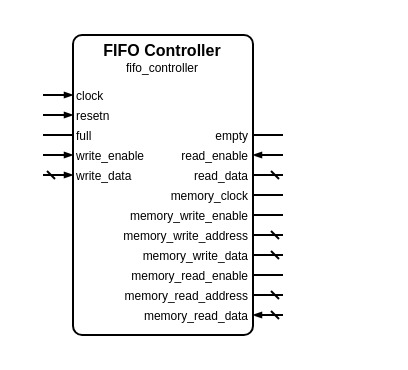
Before: sources/data/controllers/fifo/fifo_controller.symbol.drawio in Louis-DR/OmniCores-BuildingBlocks, a draw.io diagram. Source tidied: cells renumbered, new cells numbered last; positions are measured from the earlier drawing's top-left corner, leaving out a move shared by most shapes. Both pictures are drawn from the tidied source at 200%, with x=0, y=0 at pixel (42, 34).
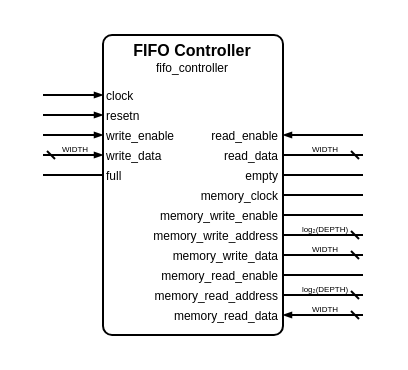
After the change.

Change to the diagram source:
```diff
@@
     <mxCell id="2" style="group;" parent="1" vertex="1">
-      <mxGeometry width="120" height="150" as="geometry" />
+      <mxGeometry width="160" height="150" as="geometry" />
     </mxCell>
     <mxCell id="3" style="rounded=1;arcSize=5;fillColor=none;strokeWidth=1;strokeColor=black;whiteSpace=wrap;html=1;" parent="2" vertex="1">
-      <mxGeometry x="15" width="90" height="150" as="geometry" />
+      <mxGeometry x="30" width="90" height="150" as="geometry" />
     </mxCell>
     <mxCell id="4" value="FIFO Controller" style="text;html=1;align=center;verticalAlign=middle;whiteSpace=wrap;rounded=0;fontSize=8;fontStyle=1;fontColor=black;" parent="2" vertex="1">
-      <mxGeometry x="15" y="7" width="90" as="geometry" />
+      <mxGeometry x="30" y="7" width="90" as="geometry" />
     </mxCell>
     <mxCell id="5" value="fifo_controller" style="text;html=1;align=center;verticalAlign=middle;whiteSpace=wrap;rounded=0;fontSize=6;fontStyle=0;fontColor=black;" parent="2" vertex="1">
-      <mxGeometry x="15" y="16" width="90" as="geometry" />
+      <mxGeometry x="30" y="16" width="90" as="geometry" />
     </mxCell>
     <mxCell id="6" value="clock" style="text;html=1;align=left;verticalAlign=middle;whiteSpace=wrap;rounded=0;fontSize=6;fontStyle=0;fontColor=black;" parent="2" vertex="1">
-      <mxGeometry x="15" y="30" width="90" as="geometry" />
+      <mxGeometry x="30" y="30" width="90" as="geometry" />
     </mxCell>
     <mxCell id="7" style="html=1;rounded=1;strokeWidth=1;strokeColor=black;startFill=0;startSize=2;startArrow=none;endFill=1;endSize=2;endArrow=blockThin;sourcePerimeterSpacing=0;" parent="2" edge="1">
       <mxGeometry relative="1" as="geometry">
         <mxPoint y="30" as="sourcePoint" />
-        <mxPoint x="15" y="30" as="targetPoint" />
+        <mxPoint x="30" y="30" as="targetPoint" />
       </mxGeometry>
     </mxCell>
     <mxCell id="8" value="resetn" style="text;html=1;align=left;verticalAlign=middle;whiteSpace=wrap;rounded=0;fontSize=6;fontStyle=0;fontColor=black;" parent="2" vertex="1">
-      <mxGeometry x="15" y="40" width="90" as="geometry" />
+      <mxGeometry x="30" y="40" width="90" as="geometry" />
     </mxCell>
     <mxCell id="9" style="html=1;rounded=1;strokeWidth=1;strokeColor=black;startFill=0;startSize=2;startArrow=none;endFill=1;endSize=2;endArrow=blockThin;sourcePerimeterSpacing=0;" parent="2" edge="1">
       <mxGeometry relative="1" as="geometry">
         <mxPoint y="40" as="sourcePoint" />
-        <mxPoint x="15" y="40" as="targetPoint" />
+        <mxPoint x="30" y="40" as="targetPoint" />
       </mxGeometry>
     </mxCell>
-    <mxCell id="10" value="full" style="text;html=1;align=left;verticalAlign=middle;whiteSpace=wrap;rounded=0;fontSize=6;fontStyle=0;fontColor=black;" parent="2" vertex="1">
-      <mxGeometry x="15" y="50" width="90" as="geometry" />
-    </mxCell>
-    <mxCell id="11" style="html=1;rounded=1;strokeWidth=1;strokeColor=black;startFill=0;startSize=2;startArrow=none;endFill=1;endSize=2;endArrow=none;sourcePerimeterSpacing=0;" parent="2" edge="1">
-      <mxGeometry relative="1" as="geometry">
-        <mxPoint y="50" as="sourcePoint" />
-        <mxPoint x="15" y="50" as="targetPoint" />
-      </mxGeometry>
-    </mxCell>
-    <mxCell id="12" value="empty" style="text;html=1;align=right;verticalAlign=middle;whiteSpace=wrap;rounded=0;fontSize=6;fontStyle=0;fontColor=black;" parent="2" vertex="1">
-      <mxGeometry x="15" y="50" width="90" as="geometry" />
-    </mxCell>
-    <mxCell id="13" style="html=1;rounded=1;strokeWidth=1;strokeColor=black;startFill=0;startSize=2;startArrow=none;endFill=1;endSize=2;endArrow=none;sourcePerimeterSpacing=0;" parent="2" edge="1">
-      <mxGeometry relative="1" as="geometry">
-        <mxPoint x="120" y="50" as="sourcePoint" />
-        <mxPoint x="105" y="50" as="targetPoint" />
-      </mxGeometry>
-    </mxCell>
     <mxCell id="14" value="write_enable" style="text;html=1;align=left;verticalAlign=middle;whiteSpace=wrap;rounded=0;fontSize=6;fontStyle=0;fontColor=black;" parent="2" vertex="1">
-      <mxGeometry x="15" y="60" width="90" as="geometry" />
+      <mxGeometry x="30" y="50" width="90" as="geometry" />
     </mxCell>
     <mxCell id="15" style="html=1;rounded=1;strokeWidth=1;strokeColor=black;startFill=0;startSize=2;startArrow=none;endFill=1;endSize=2;endArrow=blockThin;sourcePerimeterSpacing=0;" parent="2" edge="1">
       <mxGeometry relative="1" as="geometry">
-        <mxPoint y="60" as="sourcePoint" />
-        <mxPoint x="15" y="60" as="targetPoint" />
+        <mxPoint y="50" as="sourcePoint" />
+        <mxPoint x="30" y="50" as="targetPoint" />
       </mxGeometry>
     </mxCell>
     <mxCell id="16" value="read_enable" style="text;html=1;align=right;verticalAlign=middle;whiteSpace=wrap;rounded=0;fontSize=6;fontStyle=0;fontColor=black;" parent="2" vertex="1">
-      <mxGeometry x="15" y="60" width="90" as="geometry" />
+      <mxGeometry x="30" y="50" width="90" as="geometry" />
     </mxCell>
     <mxCell id="17" style="html=1;rounded=1;strokeWidth=1;strokeColor=black;startFill=0;startSize=2;startArrow=none;endFill=1;endSize=2;endArrow=blockThin;sourcePerimeterSpacing=0;" parent="2" edge="1">
       <mxGeometry relative="1" as="geometry">
-        <mxPoint x="120" y="60" as="sourcePoint" />
-        <mxPoint x="105" y="60" as="targetPoint" />
+        <mxPoint x="160" y="50" as="sourcePoint" />
+        <mxPoint x="120" y="50" as="targetPoint" />
       </mxGeometry>
     </mxCell>
     <mxCell id="18" value="write_data" style="text;html=1;align=left;verticalAlign=middle;whiteSpace=wrap;rounded=0;fontSize=6;fontStyle=0;fontColor=black;" parent="2" vertex="1">
-      <mxGeometry x="15" y="70" width="90" as="geometry" />
+      <mxGeometry x="30" y="60" width="90" as="geometry" />
     </mxCell>
     <mxCell id="19" style="html=1;rounded=1;strokeWidth=1;strokeColor=black;startFill=0;startSize=2;startArrow=dash;endFill=1;endSize=2;endArrow=blockThin;sourcePerimeterSpacing=0;" parent="2" edge="1">
       <mxGeometry relative="1" as="geometry">
-        <mxPoint y="70" as="sourcePoint" />
-        <mxPoint x="15" y="70" as="targetPoint" />
+        <mxPoint y="60" as="sourcePoint" />
+        <mxPoint x="30" y="60" as="targetPoint" />
       </mxGeometry>
     </mxCell>
+    <mxCell id="36" value="WIDTH" style="text;html=1;align=center;verticalAlign=middle;whiteSpace=nowrap;rounded=0;fontSize=4;fontStyle=0;fontColor=black;" parent="2" vertex="1">
+      <mxGeometry x="15" y="57" as="geometry" />
+    </mxCell>
     <mxCell id="20" value="read_data" style="text;html=1;align=right;verticalAlign=middle;whiteSpace=wrap;rounded=0;fontSize=6;fontStyle=0;fontColor=black;" parent="2" vertex="1">
-      <mxGeometry x="15" y="70" width="90" as="geometry" />
+      <mxGeometry x="30" y="60" width="90" as="geometry" />
     </mxCell>
     <mxCell id="21" style="html=1;rounded=1;strokeWidth=1;strokeColor=black;startFill=0;startSize=2;startArrow=dash;endFill=1;endSize=2;endArrow=none;sourcePerimeterSpacing=0;" parent="2" edge="1">
       <mxGeometry relative="1" as="geometry">
-        <mxPoint x="120" y="70" as="sourcePoint" />
-        <mxPoint x="105" y="70" as="targetPoint" />
+        <mxPoint x="160" y="60" as="sourcePoint" />
+        <mxPoint x="120" y="60" as="targetPoint" />
       </mxGeometry>
     </mxCell>
+    <mxCell id="37" value="WIDTH" style="text;html=1;align=center;verticalAlign=middle;whiteSpace=nowrap;rounded=0;fontSize=4;fontStyle=0;fontColor=black;" parent="2" vertex="1">
+      <mxGeometry x="140" y="57" as="geometry" />
+    </mxCell>
+    <mxCell id="10" value="full" style="text;html=1;align=left;verticalAlign=middle;whiteSpace=wrap;rounded=0;fontSize=6;fontStyle=0;fontColor=black;" parent="2" vertex="1">
+      <mxGeometry x="30" y="70" width="90" as="geometry" />
+    </mxCell>
+    <mxCell id="11" style="html=1;rounded=1;strokeWidth=1;strokeColor=black;startFill=0;startSize=2;startArrow=none;endFill=1;endSize=2;endArrow=none;sourcePerimeterSpacing=0;" parent="2" edge="1">
+      <mxGeometry relative="1" as="geometry">
+        <mxPoint y="70" as="sourcePoint" />
+        <mxPoint x="30" y="70" as="targetPoint" />
+      </mxGeometry>
+    </mxCell>
+    <mxCell id="12" value="empty" style="text;html=1;align=right;verticalAlign=middle;whiteSpace=wrap;rounded=0;fontSize=6;fontStyle=0;fontColor=black;" parent="2" vertex="1">
+      <mxGeometry x="30" y="70" width="90" as="geometry" />
+    </mxCell>
+    <mxCell id="13" style="html=1;rounded=1;strokeWidth=1;strokeColor=black;startFill=0;startSize=2;startArrow=none;endFill=1;endSize=2;endArrow=none;sourcePerimeterSpacing=0;" parent="2" edge="1">
+      <mxGeometry relative="1" as="geometry">
+        <mxPoint x="160" y="70" as="sourcePoint" />
+        <mxPoint x="120" y="70" as="targetPoint" />
+      </mxGeometry>
+    </mxCell>
     <mxCell id="22" value="memory_clock" style="text;html=1;align=right;verticalAlign=middle;whiteSpace=wrap;rounded=0;fontSize=6;fontStyle=0;fontColor=black;" parent="2" vertex="1">
-      <mxGeometry x="15" y="80" width="90" as="geometry" />
+      <mxGeometry x="30" y="80" width="90" as="geometry" />
     </mxCell>
     <mxCell id="23" style="html=1;rounded=1;strokeWidth=1;strokeColor=black;startFill=0;startSize=2;startArrow=none;endFill=1;endSize=2;endArrow=none;sourcePerimeterSpacing=0;" parent="2" edge="1">
       <mxGeometry relative="1" as="geometry">
-        <mxPoint x="120" y="80" as="sourcePoint" />
-        <mxPoint x="105" y="80" as="targetPoint" />
+        <mxPoint x="160" y="80" as="sourcePoint" />
+        <mxPoint x="120" y="80" as="targetPoint" />
       </mxGeometry>
     </mxCell>
     <mxCell id="24" value="memory_write_enable" style="text;html=1;align=right;verticalAlign=middle;whiteSpace=wrap;rounded=0;fontSize=6;fontStyle=0;fontColor=black;" parent="2" vertex="1">
-      <mxGeometry x="15" y="90" width="90" as="geometry" />
+      <mxGeometry x="30" y="90" width="90" as="geometry" />
     </mxCell>
     <mxCell id="25" style="html=1;rounded=1;strokeWidth=1;strokeColor=black;startFill=0;startSize=2;startArrow=none;endFill=1;endSize=2;endArrow=none;sourcePerimeterSpacing=0;" parent="2" edge="1">
       <mxGeometry relative="1" as="geometry">
-        <mxPoint x="120" y="90" as="sourcePoint" />
-        <mxPoint x="105" y="90" as="targetPoint" />
+        <mxPoint x="160" y="90" as="sourcePoint" />
+        <mxPoint x="120" y="90" as="targetPoint" />
       </mxGeometry>
     </mxCell>
     <mxCell id="26" value="memory_write_address" style="text;html=1;align=right;verticalAlign=middle;whiteSpace=wrap;rounded=0;fontSize=6;fontStyle=0;fontColor=black;" parent="2" vertex="1">
-      <mxGeometry x="15" y="100" width="90" as="geometry" />
+      <mxGeometry x="30" y="100" width="90" as="geometry" />
     </mxCell>
     <mxCell id="27" style="html=1;rounded=1;strokeWidth=1;strokeColor=black;startFill=0;startSize=2;startArrow=dash;endFill=1;endSize=2;endArrow=none;sourcePerimeterSpacing=0;" parent="2" edge="1">
       <mxGeometry relative="1" as="geometry">
-        <mxPoint x="120" y="100" as="sourcePoint" />
-        <mxPoint x="105" y="100" as="targetPoint" />
+        <mxPoint x="160" y="100" as="sourcePoint" />
+        <mxPoint x="120" y="100" as="targetPoint" />
       </mxGeometry>
     </mxCell>
+    <mxCell id="38" value="log₂(DEPTH)" style="text;html=1;align=center;verticalAlign=middle;whiteSpace=nowrap;rounded=0;fontSize=4;fontStyle=0;fontColor=black;" parent="2" vertex="1">
+      <mxGeometry x="140" y="97" as="geometry" />
+    </mxCell>
     <mxCell id="28" value="memory_write_data" style="text;html=1;align=right;verticalAlign=middle;whiteSpace=wrap;rounded=0;fontSize=6;fontStyle=0;fontColor=black;" parent="2" vertex="1">
-      <mxGeometry x="15" y="110" width="90" as="geometry" />
+      <mxGeometry x="30" y="110" width="90" as="geometry" />
     </mxCell>
     <mxCell id="29" style="html=1;rounded=1;strokeWidth=1;strokeColor=black;startFill=0;startSize=2;startArrow=dash;endFill=1;endSize=2;endArrow=none;sourcePerimeterSpacing=0;" parent="2" edge="1">
       <mxGeometry relative="1" as="geometry">
-        <mxPoint x="120" y="110" as="sourcePoint" />
-        <mxPoint x="105" y="110" as="targetPoint" />
+        <mxPoint x="160" y="110" as="sourcePoint" />
+        <mxPoint x="120" y="110" as="targetPoint" />
       </mxGeometry>
     </mxCell>
+    <mxCell id="39" value="WIDTH" style="text;html=1;align=center;verticalAlign=middle;whiteSpace=nowrap;rounded=0;fontSize=4;fontStyle=0;fontColor=black;" parent="2" vertex="1">
+      <mxGeometry x="140" y="107" as="geometry" />
+    </mxCell>
     <mxCell id="30" value="memory_read_enable" style="text;html=1;align=right;verticalAlign=middle;whiteSpace=wrap;rounded=0;fontSize=6;fontStyle=0;fontColor=black;" parent="2" vertex="1">
-      <mxGeometry x="15" y="120" width="90" as="geometry" />
+      <mxGeometry x="30" y="120" width="90" as="geometry" />
     </mxCell>
     <mxCell id="31" style="html=1;rounded=1;strokeWidth=1;strokeColor=black;startFill=0;startSize=2;startArrow=none;endFill=1;endSize=2;endArrow=none;sourcePerimeterSpacing=0;" parent="2" edge="1">
       <mxGeometry relative="1" as="geometry">
-        <mxPoint x="120" y="120" as="sourcePoint" />
-        <mxPoint x="105" y="120" as="targetPoint" />
+        <mxPoint x="160" y="120" as="sourcePoint" />
+        <mxPoint x="120" y="120" as="targetPoint" />
       </mxGeometry>
     </mxCell>
     <mxCell id="32" value="memory_read_address" style="text;html=1;align=right;verticalAlign=middle;whiteSpace=wrap;rounded=0;fontSize=6;fontStyle=0;fontColor=black;" parent="2" vertex="1">
-      <mxGeometry x="15" y="130" width="90" as="geometry" />
+      <mxGeometry x="30" y="130" width="90" as="geometry" />
     </mxCell>
     <mxCell id="33" style="html=1;rounded=1;strokeWidth=1;strokeColor=black;startFill=0;startSize=2;startArrow=dash;endFill=1;endSize=2;endArrow=none;sourcePerimeterSpacing=0;" parent="2" edge="1">
       <mxGeometry relative="1" as="geometry">
-        <mxPoint x="120" y="130" as="sourcePoint" />
-        <mxPoint x="105" y="130" as="targetPoint" />
+        <mxPoint x="160" y="130" as="sourcePoint" />
+        <mxPoint x="120" y="130" as="targetPoint" />
       </mxGeometry>
     </mxCell>
+    <mxCell id="40" value="log₂(DEPTH)" style="text;html=1;align=center;verticalAlign=middle;whiteSpace=nowrap;rounded=0;fontSize=4;fontStyle=0;fontColor=black;" parent="2" vertex="1">
+      <mxGeometry x="140" y="127" as="geometry" />
+    </mxCell>
     <mxCell id="34" value="memory_read_data" style="text;html=1;align=right;verticalAlign=middle;whiteSpace=wrap;rounded=0;fontSize=6;fontStyle=0;fontColor=black;" parent="2" vertex="1">
-      <mxGeometry x="15" y="140" width="90" as="geometry" />
+      <mxGeometry x="30" y="140" width="90" as="geometry" />
     </mxCell>
     <mxCell id="35" style="html=1;rounded=1;strokeWidth=1;strokeColor=black;startFill=0;startSize=2;startArrow=dash;endFill=1;endSize=2;endArrow=blockThin;sourcePerimeterSpacing=0;" parent="2" edge="1">
       <mxGeometry relative="1" as="geometry">
-        <mxPoint x="120" y="140" as="sourcePoint" />
-        <mxPoint x="105" y="140" as="targetPoint" />
+        <mxPoint x="160" y="140" as="sourcePoint" />
+        <mxPoint x="120" y="140" as="targetPoint" />
       </mxGeometry>
     </mxCell>
+    <mxCell id="41" value="WIDTH" style="text;html=1;align=center;verticalAlign=middle;whiteSpace=nowrap;rounded=0;fontSize=4;fontStyle=0;fontColor=black;" parent="2" vertex="1">
+      <mxGeometry x="140" y="137" as="geometry" />
+    </mxCell>
```
